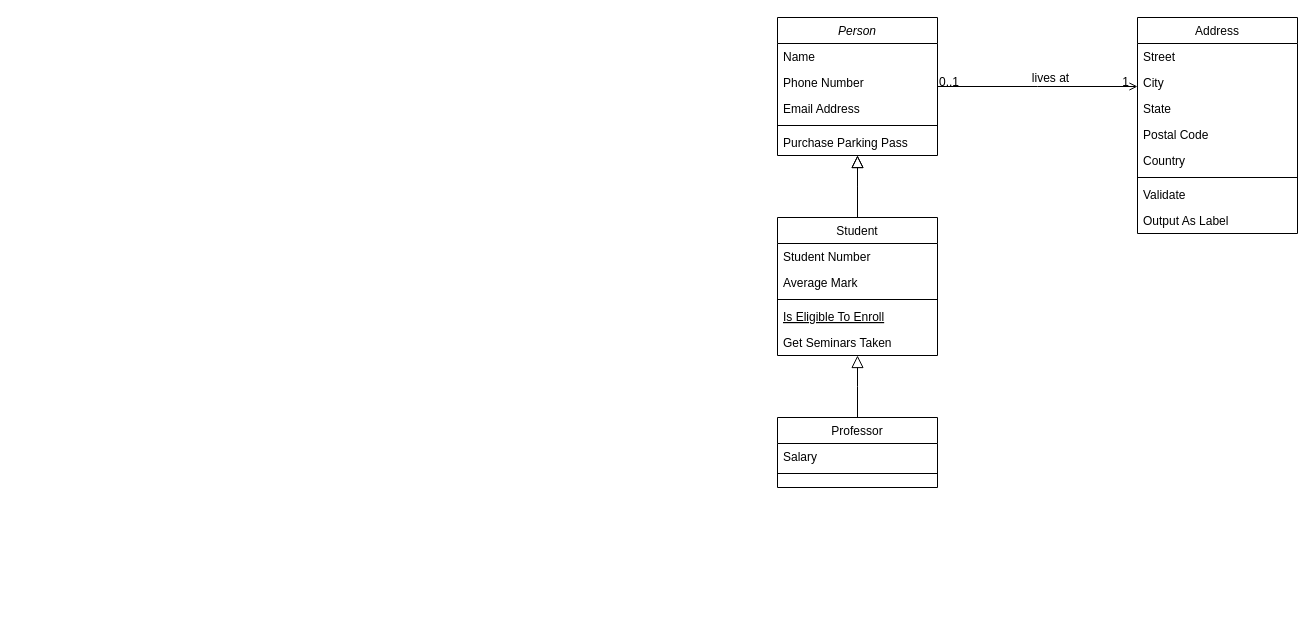
Above: BD diagrams/Diagrama de clase BD.drawio in Ledacar/ApiHealthVet (draw.io), before the change. Source tidied: cells renumbered, new cells numbered last; positions are measured from the earlier drawing's top-left corner, leaving out a move shared by most shapes. Both pictures are drawn from the tidied source at 100%, with x=0, y=0 at pixel (777, 17). Pictures stored in the file or linked from it are replaced by grey dashed boxes.
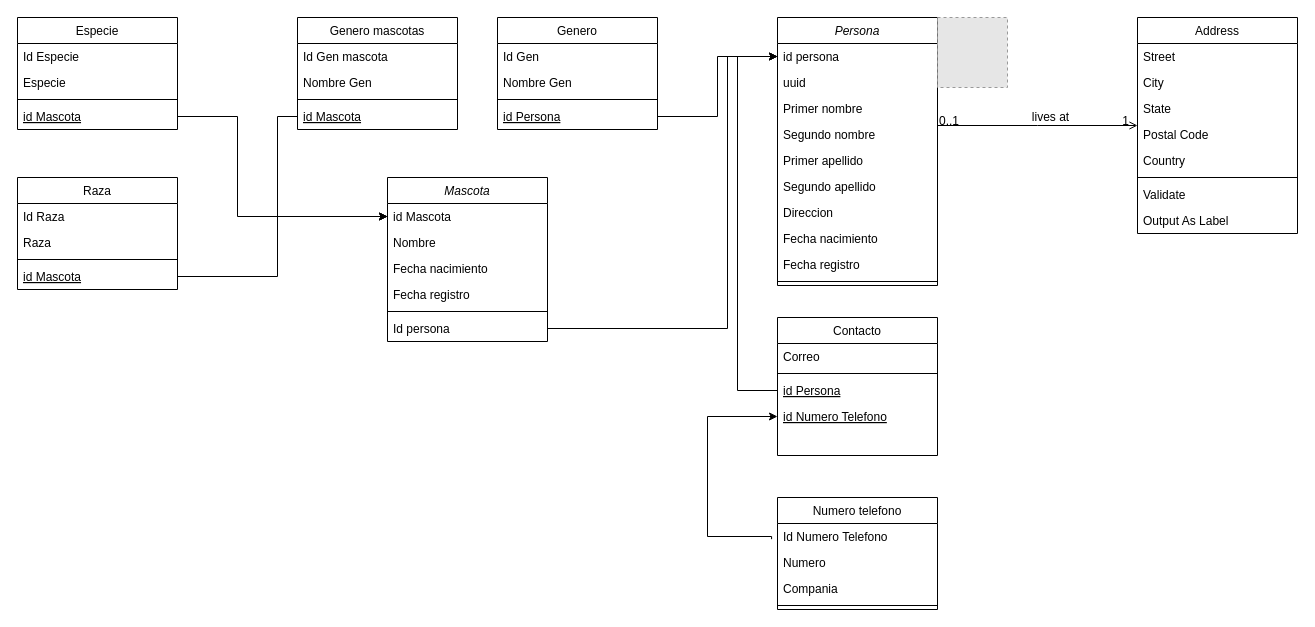
After the change.

Change to the diagram source:
```diff
@@
-    <mxCell id="2" value="Person" style="swimlane;fontStyle=2;align=center;verticalAlign=top;horizontal=1;startSize=26;rounded=0;shadow=0;strokeWidth=1;" parent="1" vertex="1">
-      <mxGeometry width="160" height="138" as="geometry" />
+    <mxCell id="2" value="Persona" style="swimlane;fontStyle=2;align=center;verticalAlign=top;horizontal=1;startSize=26;rounded=0;shadow=0;strokeWidth=1;" parent="1" vertex="1">
+      <mxGeometry width="160" height="268" as="geometry" />
     </mxCell>
+    <mxCell id="33" value="id persona" style="text;align=left;verticalAlign=top;spacingLeft=4;spacingRight=4;overflow=hidden;points=[[0,0.5],[1,0.5]];portConstraint=eastwest;" parent="2" vertex="1">
+      <mxGeometry y="26" width="160" height="26" as="geometry" />
+    </mxCell>
+    <mxCell id="34" value="uuid" style="text;align=left;verticalAlign=top;spacingLeft=4;spacingRight=4;overflow=hidden;" parent="2" vertex="1">
+      <mxGeometry y="52" width="160" height="26" as="geometry" />
+    </mxCell>
-    <mxCell id="3" value="Name" style="text;align=left;verticalAlign=top;spacingLeft=4;spacingRight=4;overflow=hidden;" parent="2" vertex="1">
-      <mxGeometry y="26" width="160" height="26" as="geometry" />
+    <mxCell id="3" value="Primer nombre    &#10;" style="text;align=left;verticalAlign=top;spacingLeft=4;spacingRight=4;overflow=hidden;" parent="2" vertex="1">
+      <mxGeometry y="78" width="160" height="26" as="geometry" />
     </mxCell>
-    <mxCell id="4" value="Phone Number" style="text;align=left;verticalAlign=top;spacingLeft=4;spacingRight=4;overflow=hidden;rounded=0;shadow=0;html=0;" parent="2" vertex="1">
-      <mxGeometry y="52" width="160" height="26" as="geometry" />
+    <mxCell id="4" value="Segundo nombre&#10;" style="text;align=left;verticalAlign=top;spacingLeft=4;spacingRight=4;overflow=hidden;rounded=0;shadow=0;html=0;" parent="2" vertex="1">
+      <mxGeometry y="104" width="160" height="26" as="geometry" />
     </mxCell>
+    <mxCell id="35" value="Primer apellido" style="text;align=left;verticalAlign=top;spacingLeft=4;spacingRight=4;overflow=hidden;rounded=0;shadow=0;html=0;" parent="2" vertex="1">
+      <mxGeometry y="130" width="160" height="26" as="geometry" />
+    </mxCell>
+    <mxCell id="36" value="Segundo apellido" style="text;align=left;verticalAlign=top;spacingLeft=4;spacingRight=4;overflow=hidden;rounded=0;shadow=0;html=0;" parent="2" vertex="1">
+      <mxGeometry y="156" width="160" height="26" as="geometry" />
+    </mxCell>
-    <mxCell id="5" value="Email Address" style="text;align=left;verticalAlign=top;spacingLeft=4;spacingRight=4;overflow=hidden;rounded=0;shadow=0;html=0;" parent="2" vertex="1">
-      <mxGeometry y="78" width="160" height="26" as="geometry" />
+    <mxCell id="5" value="Direccion" style="text;align=left;verticalAlign=top;spacingLeft=4;spacingRight=4;overflow=hidden;rounded=0;shadow=0;html=0;" parent="2" vertex="1">
+      <mxGeometry y="182" width="160" height="26" as="geometry" />
     </mxCell>
+    <mxCell id="37" value="Fecha nacimiento" style="text;align=left;verticalAlign=top;spacingLeft=4;spacingRight=4;overflow=hidden;rounded=0;shadow=0;html=0;" parent="2" vertex="1">
+      <mxGeometry y="208" width="160" height="26" as="geometry" />
+    </mxCell>
+    <mxCell id="38" value="Fecha registro" style="text;align=left;verticalAlign=top;spacingLeft=4;spacingRight=4;overflow=hidden;rounded=0;shadow=0;html=0;" parent="2" vertex="1">
+      <mxGeometry y="234" width="160" height="26" as="geometry" />
+    </mxCell>
     <mxCell id="6" style="line;html=1;strokeWidth=1;align=left;verticalAlign=middle;spacingTop=-1;spacingLeft=3;spacingRight=3;labelPosition=right;" parent="2" vertex="1">
-      <mxGeometry y="104" width="160" height="8" as="geometry" />
+      <mxGeometry y="260" width="160" height="8" as="geometry" />
     </mxCell>
-    <mxCell id="7" value="Purchase Parking Pass" style="text;align=left;verticalAlign=top;spacingLeft=4;spacingRight=4;overflow=hidden;" parent="2" vertex="1">
-      <mxGeometry y="112" width="160" height="26" as="geometry" />
-    </mxCell>
-    <mxCell id="8" style="endArrow=block;endSize=10;endFill=0;shadow=0;strokeWidth=1;rounded=0;curved=0;edgeStyle=elbowEdgeStyle;elbow=vertical;" parent="1" edge="1" source="27" target="2">
-      <mxGeometry relative="1" as="geometry" />
-    </mxCell>
-    <mxCell id="9" value="Professor" style="swimlane;fontStyle=0;align=center;verticalAlign=top;horizontal=1;startSize=26;rounded=0;shadow=0;strokeWidth=1;" parent="1" vertex="1">
-      <mxGeometry y="400" width="160" height="70" as="geometry" />
-    </mxCell>
-    <mxCell id="10" value="Salary" style="text;align=left;verticalAlign=top;spacingLeft=4;spacingRight=4;overflow=hidden;" parent="9" vertex="1">
-      <mxGeometry y="26" width="160" height="26" as="geometry" />
-    </mxCell>
-    <mxCell id="11" style="line;html=1;strokeWidth=1;align=left;verticalAlign=middle;spacingTop=-1;spacingLeft=3;spacingRight=3;labelPosition=right;" parent="9" vertex="1">
-      <mxGeometry y="52" width="160" height="8" as="geometry" />
-    </mxCell>
-    <mxCell id="12" style="endArrow=block;endSize=10;endFill=0;shadow=0;strokeWidth=1;rounded=0;curved=0;edgeStyle=elbowEdgeStyle;elbow=vertical;" parent="1" edge="1" source="27" target="2">
-      <mxGeometry relative="1" as="geometry" />
-    </mxCell>
@@
-    <mxCell id="26" style="endArrow=block;endSize=10;endFill=0;shadow=0;strokeWidth=1;rounded=0;curved=0;edgeStyle=elbowEdgeStyle;elbow=vertical;" parent="1" edge="1" source="9" target="27">
-      <mxGeometry relative="1" as="geometry" />
-    </mxCell>
-    <mxCell id="27" value="Student" style="swimlane;fontStyle=0;align=center;verticalAlign=top;horizontal=1;startSize=26;rounded=0;shadow=0;strokeWidth=1;" parent="1" vertex="1">
-      <mxGeometry y="200" width="160" height="138" as="geometry" />
+    <mxCell id="27" value="Contacto" style="swimlane;fontStyle=0;align=center;verticalAlign=top;horizontal=1;startSize=26;rounded=0;shadow=0;strokeWidth=1;" parent="1" vertex="1">
+      <mxGeometry y="300" width="160" height="138" as="geometry" />
     </mxCell>
-    <mxCell id="28" value="Student Number" style="text;align=left;verticalAlign=top;spacingLeft=4;spacingRight=4;overflow=hidden;" parent="27" vertex="1">
+    <mxCell id="28" value="Correo" style="text;align=left;verticalAlign=top;spacingLeft=4;spacingRight=4;overflow=hidden;" parent="27" vertex="1">
       <mxGeometry y="26" width="160" height="26" as="geometry" />
     </mxCell>
-    <mxCell id="29" value="Average Mark" style="text;align=left;verticalAlign=top;spacingLeft=4;spacingRight=4;overflow=hidden;rounded=0;shadow=0;html=0;" parent="27" vertex="1">
-      <mxGeometry y="52" width="160" height="26" as="geometry" />
-    </mxCell>
     <mxCell id="30" style="line;html=1;strokeWidth=1;align=left;verticalAlign=middle;spacingTop=-1;spacingLeft=3;spacingRight=3;labelPosition=right;" parent="27" vertex="1">
-      <mxGeometry y="78" width="160" height="8" as="geometry" />
+      <mxGeometry y="52" width="160" height="8" as="geometry" />
     </mxCell>
-    <mxCell id="31" value="Is Eligible To Enroll" style="text;align=left;verticalAlign=top;spacingLeft=4;spacingRight=4;overflow=hidden;points=[[0,0.5],[1,0.5]];portConstraint=eastwest;fontStyle=4;" parent="27" vertex="1">
-      <mxGeometry y="86" width="160" height="26" as="geometry" />
+    <mxCell id="31" value="id Persona" style="text;align=left;verticalAlign=top;spacingLeft=4;spacingRight=4;overflow=hidden;points=[[0,0.5],[1,0.5]];portConstraint=eastwest;fontStyle=4;" parent="27" vertex="1">
+      <mxGeometry y="60" width="160" height="26" as="geometry" />
     </mxCell>
-    <mxCell id="32" value="Get Seminars Taken" style="text;align=left;verticalAlign=top;spacingLeft=4;spacingRight=4;overflow=hidden;" parent="27" vertex="1">
-      <mxGeometry y="112" width="160" height="26" as="geometry" />
-    </mxCell>
+    <mxCell id="39" value="id Numero Telefono" style="text;align=left;verticalAlign=top;spacingLeft=4;spacingRight=4;overflow=hidden;points=[[0,0.5],[1,0.5]];portConstraint=eastwest;fontStyle=4;" parent="27" vertex="1">
+      <mxGeometry y="86" width="160" height="26" as="geometry" />
+    </mxCell>
+    <mxCell id="40" value="Numero telefono" style="swimlane;fontStyle=0;align=center;verticalAlign=top;horizontal=1;startSize=26;rounded=0;shadow=0;strokeWidth=1;" parent="1" vertex="1">
+      <mxGeometry y="480" width="160" height="112" as="geometry" />
+    </mxCell>
+    <mxCell id="41" value="Id Numero Telefono" style="text;align=left;verticalAlign=top;spacingLeft=4;spacingRight=4;overflow=hidden;points=[[0,0.5],[1,0.5]];portConstraint=eastwest;" parent="40" vertex="1">
+      <mxGeometry y="26" width="160" height="26" as="geometry" />
+    </mxCell>
+    <mxCell id="42" value="Numero" style="text;align=left;verticalAlign=top;spacingLeft=4;spacingRight=4;overflow=hidden;" parent="40" vertex="1">
+      <mxGeometry y="52" width="160" height="26" as="geometry" />
+    </mxCell>
+    <mxCell id="43" value="Compania" style="text;align=left;verticalAlign=top;spacingLeft=4;spacingRight=4;overflow=hidden;" parent="40" vertex="1">
+      <mxGeometry y="78" width="160" height="26" as="geometry" />
+    </mxCell>
+    <mxCell id="44" style="line;html=1;strokeWidth=1;align=left;verticalAlign=middle;spacingTop=-1;spacingLeft=3;spacingRight=3;labelPosition=right;" parent="40" vertex="1">
+      <mxGeometry y="104" width="160" height="8" as="geometry" />
+    </mxCell>
+    <mxCell id="45" style="edgeStyle=orthogonalEdgeStyle;rounded=0;jettySize=auto;html=1;exitX=-0.037;exitY=0.603;exitDx=0;exitDy=0;exitPerimeter=0;entryX=0;entryY=0.5;entryDx=0;entryDy=0;" parent="1" edge="1" source="41" target="39">
+      <mxGeometry relative="1" as="geometry">
+        <Array as="points">
+          <mxPoint x="-6" y="519" />
+          <mxPoint x="-70" y="519" />
+          <mxPoint x="-70" y="399" />
+        </Array>
+      </mxGeometry>
+    </mxCell>
+    <mxCell id="46" style="fillColor=#E6E6E6;strokeColor=#999999;dashed=1;verticalLabelPosition=bottom;labelBackgroundColor=default;verticalAlign=top;" parent="1" vertex="1">
+      <mxGeometry x="160" width="70" height="70" as="geometry" />
+    </mxCell>
+    <mxCell id="47" value="Genero" style="swimlane;fontStyle=0;align=center;verticalAlign=top;horizontal=1;startSize=26;rounded=0;shadow=0;strokeWidth=1;" parent="1" vertex="1">
+      <mxGeometry x="-280" width="160" height="112" as="geometry" />
+    </mxCell>
+    <mxCell id="48" value="Id Gen" style="text;align=left;verticalAlign=top;spacingLeft=4;spacingRight=4;overflow=hidden;" parent="47" vertex="1">
+      <mxGeometry y="26" width="160" height="26" as="geometry" />
+    </mxCell>
+    <mxCell id="49" value="Nombre Gen" style="text;align=left;verticalAlign=top;spacingLeft=4;spacingRight=4;overflow=hidden;" parent="47" vertex="1">
+      <mxGeometry y="52" width="160" height="26" as="geometry" />
+    </mxCell>
+    <mxCell id="50" style="line;html=1;strokeWidth=1;align=left;verticalAlign=middle;spacingTop=-1;spacingLeft=3;spacingRight=3;labelPosition=right;" parent="47" vertex="1">
+      <mxGeometry y="78" width="160" height="8" as="geometry" />
+    </mxCell>
+    <mxCell id="51" value="id Persona" style="text;align=left;verticalAlign=top;spacingLeft=4;spacingRight=4;overflow=hidden;points=[[0,0.5],[1,0.5]];portConstraint=eastwest;fontStyle=4;" parent="47" vertex="1">
+      <mxGeometry y="86" width="160" height="26" as="geometry" />
+    </mxCell>
+    <mxCell id="52" style="edgeStyle=orthogonalEdgeStyle;rounded=0;jettySize=auto;html=1;exitX=1;exitY=0.5;exitDx=0;exitDy=0;entryX=0;entryY=0.5;entryDx=0;entryDy=0;" parent="1" edge="1" source="51" target="33">
+      <mxGeometry relative="1" as="geometry" />
+    </mxCell>
+    <mxCell id="53" style="edgeStyle=orthogonalEdgeStyle;rounded=0;jettySize=auto;html=1;exitX=0;exitY=0.5;exitDx=0;exitDy=0;entryX=0;entryY=0.5;entryDx=0;entryDy=0;" parent="1" edge="1" source="31" target="33">
+      <mxGeometry relative="1" as="geometry">
+        <Array as="points">
+          <mxPoint x="-40" y="373" />
+          <mxPoint x="-40" y="39" />
+        </Array>
+      </mxGeometry>
+    </mxCell>
+    <mxCell id="54" value="Mascota" style="swimlane;fontStyle=2;align=center;verticalAlign=top;horizontal=1;startSize=26;rounded=0;shadow=0;strokeWidth=1;" parent="1" vertex="1">
+      <mxGeometry x="-390" y="160" width="160" height="164" as="geometry" />
+    </mxCell>
+    <mxCell id="55" value="id Mascota" style="text;align=left;verticalAlign=top;spacingLeft=4;spacingRight=4;overflow=hidden;points=[[0,0.5],[1,0.5]];portConstraint=eastwest;" parent="54" vertex="1">
+      <mxGeometry y="26" width="160" height="26" as="geometry" />
+    </mxCell>
+    <mxCell id="56" value="Nombre" style="text;align=left;verticalAlign=top;spacingLeft=4;spacingRight=4;overflow=hidden;" parent="54" vertex="1">
+      <mxGeometry y="52" width="160" height="26" as="geometry" />
+    </mxCell>
+    <mxCell id="57" value="Fecha nacimiento" style="text;align=left;verticalAlign=top;spacingLeft=4;spacingRight=4;overflow=hidden;" parent="54" vertex="1">
+      <mxGeometry y="78" width="160" height="26" as="geometry" />
+    </mxCell>
+    <mxCell id="58" value="Fecha registro" style="text;align=left;verticalAlign=top;spacingLeft=4;spacingRight=4;overflow=hidden;rounded=0;shadow=0;html=0;" parent="54" vertex="1">
+      <mxGeometry y="104" width="160" height="26" as="geometry" />
+    </mxCell>
+    <mxCell id="59" style="line;html=1;strokeWidth=1;align=left;verticalAlign=middle;spacingTop=-1;spacingLeft=3;spacingRight=3;labelPosition=right;" parent="54" vertex="1">
+      <mxGeometry y="130" width="160" height="8" as="geometry" />
+    </mxCell>
+    <mxCell id="60" value="Id persona" style="text;align=left;verticalAlign=top;spacingLeft=4;spacingRight=4;overflow=hidden;points=[[0,0.5],[1,0.5]];portConstraint=eastwest;rounded=0;shadow=0;html=0;" parent="54" vertex="1">
+      <mxGeometry y="138" width="160" height="26" as="geometry" />
+    </mxCell>
+    <mxCell id="61" value="Genero mascotas" style="swimlane;fontStyle=0;align=center;verticalAlign=top;horizontal=1;startSize=26;rounded=0;shadow=0;strokeWidth=1;" parent="1" vertex="1">
+      <mxGeometry x="-480" width="160" height="112" as="geometry" />
+    </mxCell>
+    <mxCell id="62" value="Id Gen mascota" style="text;align=left;verticalAlign=top;spacingLeft=4;spacingRight=4;overflow=hidden;" parent="61" vertex="1">
+      <mxGeometry y="26" width="160" height="26" as="geometry" />
+    </mxCell>
+    <mxCell id="63" value="Nombre Gen" style="text;align=left;verticalAlign=top;spacingLeft=4;spacingRight=4;overflow=hidden;" parent="61" vertex="1">
+      <mxGeometry y="52" width="160" height="26" as="geometry" />
+    </mxCell>
+    <mxCell id="64" style="line;html=1;strokeWidth=1;align=left;verticalAlign=middle;spacingTop=-1;spacingLeft=3;spacingRight=3;labelPosition=right;" parent="61" vertex="1">
+      <mxGeometry y="78" width="160" height="8" as="geometry" />
+    </mxCell>
+    <mxCell id="65" value="id Mascota" style="text;align=left;verticalAlign=top;spacingLeft=4;spacingRight=4;overflow=hidden;points=[[0,0.5],[1,0.5]];portConstraint=eastwest;fontStyle=4;" parent="61" vertex="1">
+      <mxGeometry y="86" width="160" height="26" as="geometry" />
+    </mxCell>
+    <mxCell id="66" style="edgeStyle=orthogonalEdgeStyle;rounded=0;jettySize=auto;html=1;exitX=1;exitY=0.5;exitDx=0;exitDy=0;entryX=0;entryY=0.5;entryDx=0;entryDy=0;" parent="1" edge="1" source="60" target="33">
+      <mxGeometry relative="1" as="geometry">
+        <Array as="points">
+          <mxPoint x="-50" y="311" />
+          <mxPoint x="-50" y="39" />
+        </Array>
+      </mxGeometry>
+    </mxCell>
+    <mxCell id="67" style="edgeStyle=orthogonalEdgeStyle;rounded=0;jettySize=auto;html=1;exitX=0;exitY=0.5;exitDx=0;exitDy=0;entryX=0;entryY=0.5;entryDx=0;entryDy=0;" parent="1" edge="1" source="65" target="55">
+      <mxGeometry relative="1" as="geometry" />
+    </mxCell>
+    <mxCell id="68" value="Especie" style="swimlane;fontStyle=0;align=center;verticalAlign=top;horizontal=1;startSize=26;rounded=0;shadow=0;strokeWidth=1;" parent="1" vertex="1">
+      <mxGeometry x="-760" width="160" height="112" as="geometry" />
+    </mxCell>
+    <mxCell id="69" value="Id Especie" style="text;align=left;verticalAlign=top;spacingLeft=4;spacingRight=4;overflow=hidden;" parent="68" vertex="1">
+      <mxGeometry y="26" width="160" height="26" as="geometry" />
+    </mxCell>
+    <mxCell id="70" value="Especie" style="text;align=left;verticalAlign=top;spacingLeft=4;spacingRight=4;overflow=hidden;" parent="68" vertex="1">
+      <mxGeometry y="52" width="160" height="26" as="geometry" />
+    </mxCell>
+    <mxCell id="71" style="line;html=1;strokeWidth=1;align=left;verticalAlign=middle;spacingTop=-1;spacingLeft=3;spacingRight=3;labelPosition=right;" parent="68" vertex="1">
+      <mxGeometry y="78" width="160" height="8" as="geometry" />
+    </mxCell>
+    <mxCell id="72" value="id Mascota" style="text;align=left;verticalAlign=top;spacingLeft=4;spacingRight=4;overflow=hidden;points=[[0,0.5],[1,0.5]];portConstraint=eastwest;fontStyle=4;" parent="68" vertex="1">
+      <mxGeometry y="86" width="160" height="26" as="geometry" />
+    </mxCell>
+    <mxCell id="73" value="Raza" style="swimlane;fontStyle=0;align=center;verticalAlign=top;horizontal=1;startSize=26;rounded=0;shadow=0;strokeWidth=1;" parent="1" vertex="1">
+      <mxGeometry x="-760" y="160" width="160" height="112" as="geometry" />
+    </mxCell>
+    <mxCell id="74" value="Id Raza" style="text;align=left;verticalAlign=top;spacingLeft=4;spacingRight=4;overflow=hidden;" parent="73" vertex="1">
+      <mxGeometry y="26" width="160" height="26" as="geometry" />
+    </mxCell>
+    <mxCell id="75" value="Raza" style="text;align=left;verticalAlign=top;spacingLeft=4;spacingRight=4;overflow=hidden;" parent="73" vertex="1">
+      <mxGeometry y="52" width="160" height="26" as="geometry" />
+    </mxCell>
+    <mxCell id="76" style="line;html=1;strokeWidth=1;align=left;verticalAlign=middle;spacingTop=-1;spacingLeft=3;spacingRight=3;labelPosition=right;" parent="73" vertex="1">
+      <mxGeometry y="78" width="160" height="8" as="geometry" />
+    </mxCell>
+    <mxCell id="77" value="id Mascota" style="text;align=left;verticalAlign=top;spacingLeft=4;spacingRight=4;overflow=hidden;points=[[0,0.5],[1,0.5]];portConstraint=eastwest;fontStyle=4;" parent="73" vertex="1">
+      <mxGeometry y="86" width="160" height="26" as="geometry" />
+    </mxCell>
+    <mxCell id="78" style="edgeStyle=orthogonalEdgeStyle;rounded=0;jettySize=auto;html=1;exitX=1;exitY=0.5;exitDx=0;exitDy=0;entryX=0;entryY=0.5;entryDx=0;entryDy=0;" parent="1" edge="1" source="72" target="55">
+      <mxGeometry relative="1" as="geometry">
+        <Array as="points">
+          <mxPoint x="-540" y="99" />
+          <mxPoint x="-540" y="199" />
+        </Array>
+      </mxGeometry>
+    </mxCell>
+    <mxCell id="79" style="edgeStyle=orthogonalEdgeStyle;rounded=0;jettySize=auto;html=1;exitX=1;exitY=0.5;exitDx=0;exitDy=0;entryX=0;entryY=0.5;entryDx=0;entryDy=0;" parent="1" edge="1" source="77" target="55">
+      <mxGeometry relative="1" as="geometry">
+        <Array as="points">
+          <mxPoint x="-500" y="259" />
+          <mxPoint x="-500" y="199" />
+        </Array>
+      </mxGeometry>
+    </mxCell>
```
